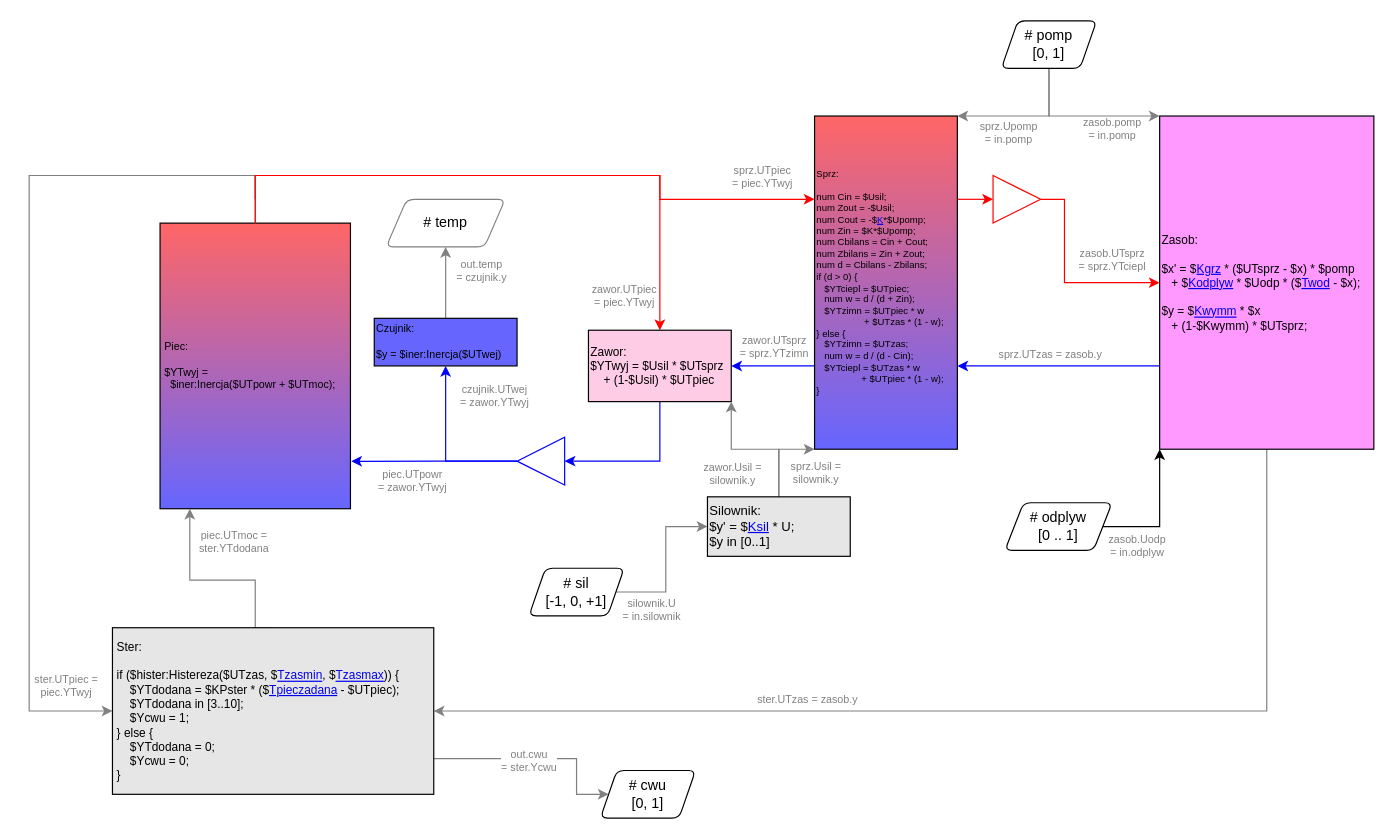
Above: doc/TestModelDiagram.drawio in kildom/deprecated (draw.io), before the change. Source tidied: cells renumbered, new cells numbered last; positions are measured from the earlier drawing's top-left corner, leaving out a move shared by most shapes. Both pictures are drawn from the tidied source at 119%, with x=0, y=0 at pixel (29, 20).
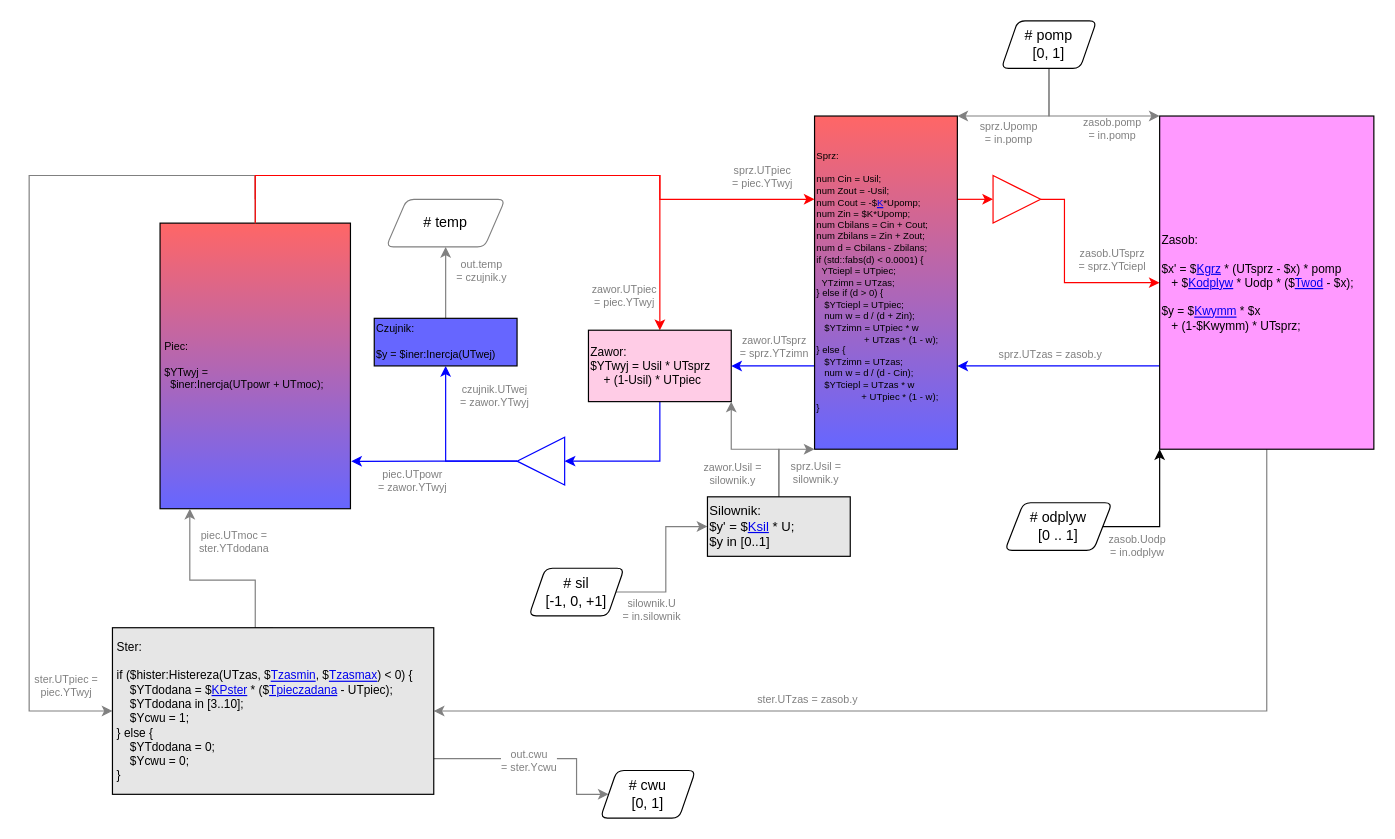
The same page after the edit.

Commit message (it also covers changes not shown here):
First working autogenerated Model

Change to the diagram source:
```diff
@@
-    <mxCell id="3" value="Piec:&lt;br style=&quot;font-size: 9px;&quot;&gt;&lt;br style=&quot;font-size: 9px;&quot;&gt;$YTwyj =&lt;br style=&quot;font-size: 9px;&quot;&gt;&amp;nbsp; $iner:Inercja($UTpowr + $UTmoc);" style="rounded=0;whiteSpace=wrap;html=1;gradientColor=#6666FF;fillColor=#FF6666;align=left;fontSize=9;spacing=4;" parent="1" vertex="1">
+    <mxCell id="3" value="Piec:&lt;br style=&quot;font-size: 9px&quot;&gt;&lt;br style=&quot;font-size: 9px&quot;&gt;$YTwyj =&lt;br style=&quot;font-size: 9px&quot;&gt;&amp;nbsp; $iner:Inercja(UTpowr + UTmoc);" style="rounded=0;whiteSpace=wrap;html=1;gradientColor=#6666FF;fillColor=#FF6666;align=left;fontSize=9;spacing=4;" parent="1" vertex="1">
       <mxGeometry x="110" y="170" width="160" height="240" as="geometry" />
     </mxCell>
-    <mxCell id="4" value="Czujnik:&lt;br&gt;&lt;br style=&quot;font-size: 9px&quot;&gt;$y = $iner:Inercja($UTwej)" style="rounded=0;whiteSpace=wrap;html=1;fillColor=#6666FF;gradientColor=none;align=left;fontSize=9;" parent="1" vertex="1">
+    <mxCell id="4" value="Czujnik:&lt;br&gt;&lt;br style=&quot;font-size: 9px&quot;&gt;$y = $iner:Inercja(UTwej)" style="rounded=0;whiteSpace=wrap;html=1;fillColor=#6666FF;gradientColor=none;align=left;fontSize=9;" parent="1" vertex="1">
       <mxGeometry x="290" y="250" width="120" height="40" as="geometry" />
     </mxCell>
@@
-    <mxCell id="14" value="Zawor:&lt;br style=&quot;font-size: 10px&quot;&gt;$YTwyj = $Usil * $UTsprz&lt;br&gt;&amp;nbsp; &amp;nbsp; + (1-$Usil) * $UTpiec" style="rounded=0;whiteSpace=wrap;html=1;fillColor=#FFCCE6;gradientColor=none;align=left;fontSize=10;" parent="1" vertex="1">
+    <mxCell id="14" value="Zawor:&lt;br style=&quot;font-size: 10px&quot;&gt;$YTwyj = Usil * UTsprz&lt;br&gt;&amp;nbsp; &amp;nbsp; + (1-Usil) * UTpiec" style="rounded=0;whiteSpace=wrap;html=1;fillColor=#FFCCE6;gradientColor=none;align=left;fontSize=10;" parent="1" vertex="1">
       <mxGeometry x="470" y="260" width="120" height="60" as="geometry" />
     </mxCell>
@@
-    <mxCell id="22" value="&lt;font style=&quot;font-size: 8px&quot;&gt;Sprz:&lt;br&gt;&lt;br style=&quot;font-size: 8px&quot;&gt;num Cin = $Usil;&lt;br style=&quot;font-size: 8px&quot;&gt;num&amp;nbsp;Zout = -$Usil;&lt;br style=&quot;font-size: 8px&quot;&gt;num&amp;nbsp;Cout = -$&lt;a href=&quot;http: Ile razy pomp. zasobnika jest mocniejsza niż pomp. pieca&quot;&gt;K&lt;/a&gt;*$Upomp;&lt;br style=&quot;font-size: 8px&quot;&gt;num&amp;nbsp;Zin = $K*$Upomp;&lt;br style=&quot;font-size: 8px&quot;&gt;num&amp;nbsp;Cbilans = Cin + Cout;&lt;br style=&quot;font-size: 8px&quot;&gt;num&amp;nbsp;Zbilans = Zin + Zout;&lt;br style=&quot;font-size: 8px&quot;&gt;num&amp;nbsp;d = Cbilans - Zbilans;&lt;br style=&quot;font-size: 8px&quot;&gt;if (d &amp;gt; 0) {&lt;br style=&quot;font-size: 8px&quot;&gt;&amp;nbsp; &amp;nbsp;$YTciepl = $UTpiec;&lt;br style=&quot;font-size: 8px&quot;&gt;&amp;nbsp; &amp;nbsp;num w = d / (d + Zin);&lt;br style=&quot;font-size: 8px&quot;&gt;&amp;nbsp; &amp;nbsp;$YTzimn = $UTpiec * w&lt;br style=&quot;font-size: 8px&quot;&gt;&amp;nbsp; &amp;nbsp; &amp;nbsp; &amp;nbsp; &amp;nbsp; &amp;nbsp; &amp;nbsp; &amp;nbsp; &amp;nbsp; + $UTzas * (1 - w);&lt;br style=&quot;font-size: 8px&quot;&gt;} else {&lt;br style=&quot;font-size: 8px&quot;&gt;&amp;nbsp; &amp;nbsp;$YTzimn = $UTzas;&lt;br style=&quot;font-size: 8px&quot;&gt;&amp;nbsp; &amp;nbsp;num&amp;nbsp;w = d / (d - Cin);&lt;br style=&quot;font-size: 8px&quot;&gt;&amp;nbsp; &amp;nbsp;$YTciepl = $UTzas * w&lt;br style=&quot;font-size: 8px&quot;&gt;&amp;nbsp; &amp;nbsp; &amp;nbsp; &amp;nbsp; &amp;nbsp; &amp;nbsp; &amp;nbsp; &amp;nbsp; &amp;nbsp;+ $UTpiec * (1 - w);&lt;br style=&quot;font-size: 8px&quot;&gt;}&lt;br style=&quot;font-size: 8px&quot;&gt;&lt;/font&gt;" style="rounded=0;whiteSpace=wrap;html=1;gradientColor=#6666FF;fillColor=#FF6666;align=left;fontSize=8;" parent="1" vertex="1">
+    <mxCell id="22" value="&lt;font&gt;Sprz:&lt;br&gt;&lt;br style=&quot;font-size: 8px&quot;&gt;num Cin = Usil;&lt;br style=&quot;font-size: 8px&quot;&gt;num&amp;nbsp;Zout = -Usil;&lt;br style=&quot;font-size: 8px&quot;&gt;num&amp;nbsp;Cout = -$&lt;a href=&quot;http: Ile razy pomp. zasobnika jest mocniejsza niż pomp. pieca&quot; style=&quot;font-size: 8px&quot;&gt;K&lt;/a&gt;*Upomp;&lt;br style=&quot;font-size: 8px&quot;&gt;num&amp;nbsp;Zin = $K*Upomp;&lt;br style=&quot;font-size: 8px&quot;&gt;num&amp;nbsp;Cbilans = Cin + Cout;&lt;br style=&quot;font-size: 8px&quot;&gt;num&amp;nbsp;Zbilans = Zin + Zout;&lt;br style=&quot;font-size: 8px&quot;&gt;num&amp;nbsp;d = Cbilans - Zbilans;&lt;br&gt;&lt;div&gt;if (std::fabs(d) &amp;lt; 0.0001)&amp;nbsp;&lt;span&gt;{&lt;/span&gt;&lt;/div&gt;&lt;div&gt;&amp;nbsp; YTciepl = UTpiec;&lt;/div&gt;&lt;div&gt;&amp;nbsp; YTzimn = UTzas;&lt;/div&gt;&lt;span&gt;} else&amp;nbsp;&lt;/span&gt;if (d &amp;gt; 0) {&lt;br style=&quot;font-size: 8px&quot;&gt;&amp;nbsp; &amp;nbsp;$YTciepl = UTpiec;&lt;br style=&quot;font-size: 8px&quot;&gt;&amp;nbsp; &amp;nbsp;num w = d / (d + Zin);&lt;br style=&quot;font-size: 8px&quot;&gt;&amp;nbsp; &amp;nbsp;$YTzimn = UTpiec * w&lt;br style=&quot;font-size: 8px&quot;&gt;&amp;nbsp; &amp;nbsp; &amp;nbsp; &amp;nbsp; &amp;nbsp; &amp;nbsp; &amp;nbsp; &amp;nbsp; &amp;nbsp; + UTzas * (1 - w);&lt;br style=&quot;font-size: 8px&quot;&gt;} else {&lt;br style=&quot;font-size: 8px&quot;&gt;&amp;nbsp; &amp;nbsp;$YTzimn = UTzas;&lt;br style=&quot;font-size: 8px&quot;&gt;&amp;nbsp; &amp;nbsp;num&amp;nbsp;w = d / (d - Cin);&lt;br style=&quot;font-size: 8px&quot;&gt;&amp;nbsp; &amp;nbsp;$YTciepl = UTzas * w&lt;br style=&quot;font-size: 8px&quot;&gt;&amp;nbsp; &amp;nbsp; &amp;nbsp; &amp;nbsp; &amp;nbsp; &amp;nbsp; &amp;nbsp; &amp;nbsp; &amp;nbsp;+ UTpiec * (1 - w);&lt;br style=&quot;font-size: 8px&quot;&gt;}&lt;br style=&quot;font-size: 8px&quot;&gt;&lt;/font&gt;" style="rounded=0;whiteSpace=wrap;html=1;gradientColor=#6666FF;fillColor=#FF6666;align=left;fontSize=8;" parent="1" vertex="1">
       <mxGeometry x="660" y="80" width="120" height="280" as="geometry" />
     </mxCell>
@@
-    <mxCell id="35" value="&lt;font style=&quot;font-size: 10px;&quot;&gt;&lt;span style=&quot;font-size: 10px;&quot;&gt;Zasob:&lt;br style=&quot;font-size: 10px;&quot;&gt;&lt;/span&gt;&lt;br style=&quot;font-size: 10px;&quot;&gt;&lt;div style=&quot;font-size: 10px;&quot;&gt;&lt;span style=&quot;font-size: 10px;&quot;&gt;$x' = $&lt;a href=&quot;http: Wzrost temp. zasobn. na każdy stopień różnicy temp. (°C/s) / °C&quot; style=&quot;font-size: 10px;&quot;&gt;Kgrz&lt;/a&gt; * ($UTsprz - $x) * $pomp&lt;/span&gt;&lt;/div&gt;&lt;div style=&quot;font-size: 10px;&quot;&gt;&lt;span style=&quot;font-size: 10px;&quot;&gt;&amp;nbsp; &amp;nbsp;+ $&lt;a href=&quot;http: Spadek temp. zasob. przy max. odpływie na każdy st. różnicy temp. (°C/s) / °C&quot; style=&quot;font-size: 10px;&quot;&gt;Kodplyw&lt;/a&gt; * $Uodp * ($&lt;a href=&quot;http: Temp. wody z wodociągu °C&quot; style=&quot;font-size: 10px;&quot;&gt;Twod&lt;/a&gt; - $x);&lt;/span&gt;&lt;/div&gt;&lt;div style=&quot;font-size: 10px;&quot;&gt;&lt;br style=&quot;font-size: 10px;&quot;&gt;&lt;/div&gt;&lt;div style=&quot;font-size: 10px;&quot;&gt;&lt;span style=&quot;font-size: 10px;&quot;&gt;$y = $&lt;a href=&quot;http: Sprawność wymiennika w zasobniku [0..1]&quot; style=&quot;font-size: 10px;&quot;&gt;Kwymm&lt;/a&gt; * $x&lt;/span&gt;&lt;br style=&quot;font-size: 10px;&quot;&gt;&lt;/div&gt;&lt;div style=&quot;font-size: 10px;&quot;&gt;&lt;span style=&quot;font-size: 10px;&quot;&gt;&amp;nbsp; &amp;nbsp;+ (1-$Kwymm) * $UTsprz;&lt;/span&gt;&lt;/div&gt;&lt;/font&gt;" style="rounded=0;whiteSpace=wrap;html=1;gradientColor=none;fillColor=#FF99FF;align=left;fontSize=10;" parent="1" vertex="1">
+    <mxCell id="35" value="&lt;font style=&quot;font-size: 10px&quot;&gt;&lt;span style=&quot;font-size: 10px&quot;&gt;Zasob:&lt;br style=&quot;font-size: 10px&quot;&gt;&lt;/span&gt;&lt;br style=&quot;font-size: 10px&quot;&gt;&lt;div style=&quot;font-size: 10px&quot;&gt;&lt;span style=&quot;font-size: 10px&quot;&gt;$x' = $&lt;a href=&quot;http: Wzrost temp. zasobn. na każdy stopień różnicy temp. (°C/s) / °C&quot; style=&quot;font-size: 10px&quot;&gt;Kgrz&lt;/a&gt; * (UTsprz - $x) * pomp&lt;/span&gt;&lt;/div&gt;&lt;div style=&quot;font-size: 10px&quot;&gt;&lt;span style=&quot;font-size: 10px&quot;&gt;&amp;nbsp; &amp;nbsp;+ $&lt;a href=&quot;http: Spadek temp. zasob. przy max. odpływie na każdy st. różnicy temp. (°C/s) / °C&quot; style=&quot;font-size: 10px&quot;&gt;Kodplyw&lt;/a&gt; * Uodp * ($&lt;a href=&quot;http: Temp. wody z wodociągu °C&quot; style=&quot;font-size: 10px&quot;&gt;Twod&lt;/a&gt; - $x);&lt;/span&gt;&lt;/div&gt;&lt;div style=&quot;font-size: 10px&quot;&gt;&lt;br style=&quot;font-size: 10px&quot;&gt;&lt;/div&gt;&lt;div style=&quot;font-size: 10px&quot;&gt;&lt;span style=&quot;font-size: 10px&quot;&gt;$y = $&lt;a href=&quot;http: Sprawność wymiennika w zasobniku [0..1]&quot; style=&quot;font-size: 10px&quot;&gt;Kwymm&lt;/a&gt; * $x&lt;/span&gt;&lt;br style=&quot;font-size: 10px&quot;&gt;&lt;/div&gt;&lt;div style=&quot;font-size: 10px&quot;&gt;&lt;span style=&quot;font-size: 10px&quot;&gt;&amp;nbsp; &amp;nbsp;+ (1-$Kwymm) * UTsprz;&lt;/span&gt;&lt;/div&gt;&lt;/font&gt;" style="rounded=0;whiteSpace=wrap;html=1;gradientColor=none;fillColor=#FF99FF;align=left;fontSize=10;" parent="1" vertex="1">
       <mxGeometry x="950" y="80" width="180" height="280" as="geometry" />
     </mxCell>
@@
-    <mxCell id="47" value="&lt;font style=&quot;font-size: 10px&quot;&gt;&lt;font style=&quot;font-size: 10px&quot;&gt;Ster:&lt;br&gt;&lt;br style=&quot;font-size: 10px&quot;&gt;if ($hister:Histereza($UTzas, $&lt;a href=&quot;http: Zadana min. temp. zasob.&quot;&gt;Tzasmin&lt;/a&gt;, $&lt;a href=&quot;http: Zadana max. temp. zasob.&quot;&gt;Tzasmax&lt;/a&gt;)) {&lt;br style=&quot;font-size: 10px&quot;&gt;&amp;nbsp; &amp;nbsp; $YTdodana = $KPster * ($&lt;a href=&quot;http: Zadana temp. na piecu&quot;&gt;Tpieczadana&lt;/a&gt; - $UTpiec);&lt;br style=&quot;font-size: 10px&quot;&gt;&amp;nbsp; &amp;nbsp; $YTdodana in [3..10];&lt;br style=&quot;font-size: 10px&quot;&gt;&amp;nbsp; &amp;nbsp; $Ycwu = 1;&lt;br style=&quot;font-size: 10px&quot;&gt;} else {&lt;br style=&quot;font-size: 10px&quot;&gt;&amp;nbsp; &amp;nbsp; $YTdodana = 0;&lt;br style=&quot;font-size: 10px&quot;&gt;&amp;nbsp; &amp;nbsp; $Ycwu = 0;&lt;br style=&quot;font-size: 10px&quot;&gt;}&lt;/font&gt;&lt;br style=&quot;font-size: 10px&quot;&gt;&lt;/font&gt;" style="rounded=0;whiteSpace=wrap;html=1;fillColor=#E6E6E6;gradientColor=none;align=left;fontSize=10;fontFamily=Helvetica;spacing=4;" parent="1" vertex="1">
+    <mxCell id="47" value="&lt;font style=&quot;font-size: 10px&quot;&gt;&lt;font style=&quot;font-size: 10px&quot;&gt;Ster:&lt;br&gt;&lt;br style=&quot;font-size: 10px&quot;&gt;if ($hister:Histereza(UTzas, $&lt;a href=&quot;http: Zadana min. temp. zasob.&quot;&gt;Tzasmin&lt;/a&gt;, $&lt;a href=&quot;http: Zadana max. temp. zasob.&quot;&gt;Tzasmax&lt;/a&gt;) &amp;lt; 0) {&lt;br style=&quot;font-size: 10px&quot;&gt;&amp;nbsp; &amp;nbsp; $YTdodana = $&lt;a href=&quot;http: Wspolczynnik proporcjonalnosci&quot;&gt;KPster&lt;/a&gt; * ($&lt;a href=&quot;http: Zadana temp. na piecu&quot;&gt;Tpieczadana&lt;/a&gt; - UTpiec);&lt;br style=&quot;font-size: 10px&quot;&gt;&amp;nbsp; &amp;nbsp; $YTdodana in [3..10];&lt;br style=&quot;font-size: 10px&quot;&gt;&amp;nbsp; &amp;nbsp; $Ycwu = 1;&lt;br style=&quot;font-size: 10px&quot;&gt;} else {&lt;br style=&quot;font-size: 10px&quot;&gt;&amp;nbsp; &amp;nbsp; $YTdodana = 0;&lt;br style=&quot;font-size: 10px&quot;&gt;&amp;nbsp; &amp;nbsp; $Ycwu = 0;&lt;br style=&quot;font-size: 10px&quot;&gt;}&lt;/font&gt;&lt;br style=&quot;font-size: 10px&quot;&gt;&lt;/font&gt;" style="rounded=0;whiteSpace=wrap;html=1;fillColor=#E6E6E6;gradientColor=none;align=left;fontSize=10;fontFamily=Helvetica;spacing=4;" parent="1" vertex="1">
       <mxGeometry x="70" y="510" width="270" height="140" as="geometry" />
     </mxCell>
```
